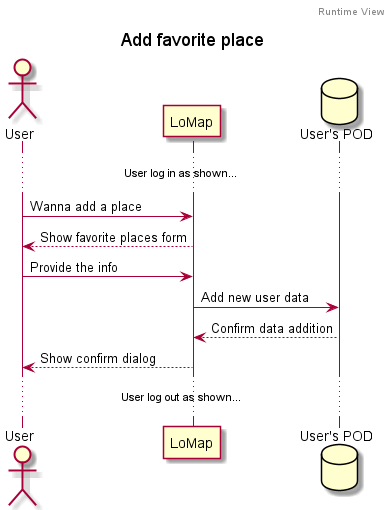
This is images/Add favorite place sequence diagram.png from Arquisoft/lomap_es2c, a PlantUML export, as it was before one commit.
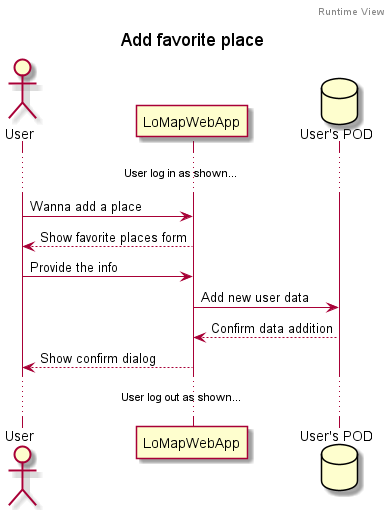
Above is the later version.

Change to the diagram source:
```diff
@@ -2,19 +2,19 @@
 header Runtime View
 title Add favorite place
 Actor User
-Participant LoMap
+Participant LoMapWebApp
 Database DataBase as "User's POD"
 
 ...User log in as shown......
 
-User -> LoMap: Wanna add a place
-User <-- LoMap: Show favorite places form
-User -> LoMap: Provide the info
+User -> LoMapWebApp: Wanna add a place
+User <-- LoMapWebApp: Show favorite places form
+User -> LoMapWebApp: Provide the info
 
-LoMap -> DataBase: Add new user data
-LoMap <-- DataBase: Confirm data addition
+LoMapWebApp-> DataBase: Add new user data
+LoMapWebApp<-- DataBase: Confirm data addition
 
-LoMap --> User: Show confirm dialog
+LoMapWebApp--> User: Show confirm dialog
 
 ...User log out as shown......
 
```
